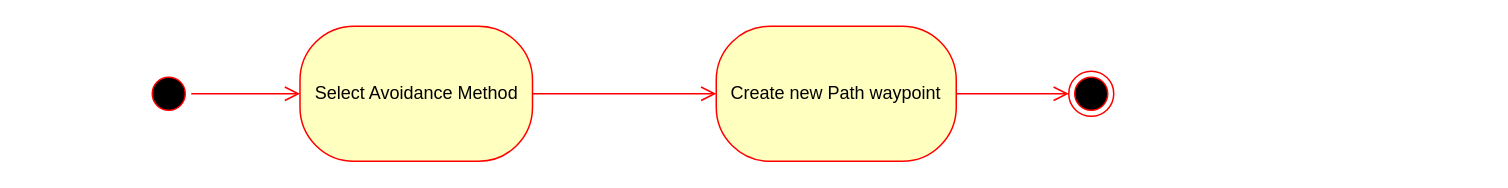
The draw.io diagram SDD/AvoidanceAlgorithmStatechart.drawio in mead-d/Modeling-Unmanned-Aerial-Swarms-Using-Unreal-Game-Engine-and-AirSim-Simulator, before the edit. Source tidied: cells renumbered, new cells numbered last; positions are measured from the earlier drawing's top-left corner, leaving out a move shared by most shapes. Both pictures are drawn from the tidied source at 150%, with x=0, y=0 at pixel (146, 26).
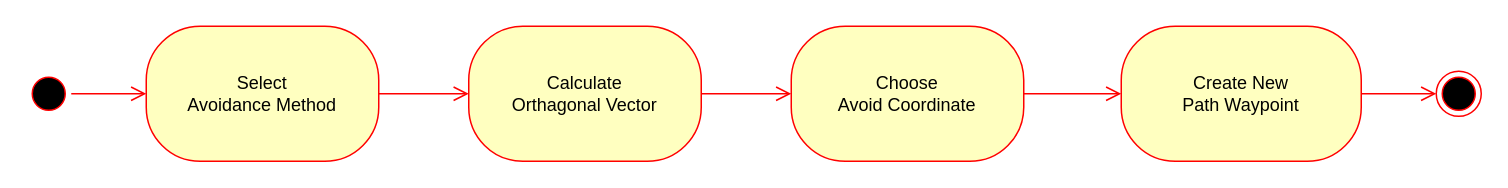
After the change.

Diff of the diagram source:
```diff
@@
 <mxGraphModel>
   <root>
     <mxCell id="0" />
     <mxCell id="1" parent="0" />
     <mxCell id="2" style="ellipse;html=1;shape=startState;fillColor=#000000;strokeColor=#ff0000;" parent="1" vertex="1">
-      <mxGeometry y="30" width="30" height="30" as="geometry" />
+      <mxGeometry x="-80" y="30" width="30" height="30" as="geometry" />
     </mxCell>
-    <mxCell id="3" style="edgeStyle=orthogonalEdgeStyle;html=1;verticalAlign=bottom;endArrow=open;endSize=8;strokeColor=#ff0000;rounded=0;entryX=0;entryY=0.5;entryDx=0;entryDy=0;exitX=1;exitY=0.5;exitDx=0;exitDy=0;" parent="1" edge="1" source="2" target="4">
+    <mxCell id="3" style="edgeStyle=orthogonalEdgeStyle;html=1;verticalAlign=bottom;endArrow=open;endSize=8;strokeColor=#ff0000;rounded=0;exitX=1;exitY=0.5;exitDx=0;exitDy=0;entryX=0;entryY=0.5;entryDx=0;entryDy=0;" parent="1" edge="1" source="2" target="4">
       <mxGeometry relative="1" as="geometry" />
     </mxCell>
-    <mxCell id="4" value="Select Avoidance Method" style="rounded=1;whiteSpace=wrap;html=1;arcSize=40;fontColor=#000000;fillColor=#ffffc0;strokeColor=#ff0000;" parent="1" vertex="1">
-      <mxGeometry x="102.5" width="155" height="90" as="geometry" />
+    <mxCell id="4" value="&lt;div&gt;Select&lt;/div&gt;&lt;div&gt;Avoidance Method&lt;/div&gt;" style="rounded=1;whiteSpace=wrap;html=1;arcSize=40;fontColor=#000000;fillColor=#ffffc0;strokeColor=#ff0000;" parent="1" vertex="1">
+      <mxGeometry width="155" height="90" as="geometry" />
     </mxCell>
-    <mxCell id="5" style="edgeStyle=orthogonalEdgeStyle;html=1;verticalAlign=bottom;endArrow=open;endSize=8;strokeColor=#ff0000;rounded=0;entryX=0;entryY=0.5;entryDx=0;entryDy=0;exitX=1;exitY=0.5;exitDx=0;exitDy=0;" parent="1" edge="1" source="4" target="6">
+    <mxCell id="5" style="edgeStyle=orthogonalEdgeStyle;html=1;verticalAlign=bottom;endArrow=open;endSize=8;strokeColor=#ff0000;rounded=0;exitX=1;exitY=0.5;exitDx=0;exitDy=0;entryX=0;entryY=0.5;entryDx=0;entryDy=0;" parent="1" edge="1" source="4" target="9">
       <mxGeometry relative="1" as="geometry" />
     </mxCell>
-    <mxCell id="6" value="Create new Path waypoint" style="rounded=1;whiteSpace=wrap;html=1;arcSize=40;fontColor=#000000;fillColor=#ffffc0;strokeColor=#ff0000;" parent="1" vertex="1">
-      <mxGeometry x="380" width="160" height="90" as="geometry" />
+    <mxCell id="6" value="&lt;div&gt;Create New&lt;/div&gt;&lt;div&gt;Path Waypoint&lt;/div&gt;" style="rounded=1;whiteSpace=wrap;html=1;arcSize=40;fontColor=#000000;fillColor=#ffffc0;strokeColor=#ff0000;" parent="1" vertex="1">
+      <mxGeometry x="650" width="160" height="90" as="geometry" />
     </mxCell>
     <mxCell id="7" style="edgeStyle=orthogonalEdgeStyle;html=1;verticalAlign=bottom;endArrow=open;endSize=8;strokeColor=#ff0000;rounded=0;entryX=0;entryY=0.5;entryDx=0;entryDy=0;exitX=1;exitY=0.5;exitDx=0;exitDy=0;" parent="1" edge="1" source="6" target="8">
       <mxGeometry relative="1" as="geometry" />
     </mxCell>
     <mxCell id="8" style="ellipse;html=1;shape=endState;fillColor=#000000;strokeColor=#ff0000;" parent="1" vertex="1">
-      <mxGeometry x="615" y="30" width="30" height="30" as="geometry" />
+      <mxGeometry x="860" y="30" width="30" height="30" as="geometry" />
     </mxCell>
+    <mxCell id="9" value="&lt;div&gt;Calculate&lt;/div&gt;&lt;div&gt;Orthagonal Vector&lt;/div&gt;" style="rounded=1;whiteSpace=wrap;html=1;arcSize=40;fontColor=#000000;fillColor=#ffffc0;strokeColor=#ff0000;" parent="1" vertex="1">
+      <mxGeometry x="215" width="155" height="90" as="geometry" />
+    </mxCell>
+    <mxCell id="10" style="edgeStyle=orthogonalEdgeStyle;html=1;verticalAlign=bottom;endArrow=open;endSize=8;strokeColor=#ff0000;rounded=0;exitX=1;exitY=0.5;exitDx=0;exitDy=0;entryX=0;entryY=0.5;entryDx=0;entryDy=0;" parent="1" edge="1" source="9" target="11">
+      <mxGeometry relative="1" as="geometry" />
+    </mxCell>
+    <mxCell id="11" value="&lt;div&gt;Choose&lt;/div&gt;&lt;div&gt;Avoid Coordinate&lt;/div&gt;" style="rounded=1;whiteSpace=wrap;html=1;arcSize=40;fontColor=#000000;fillColor=#ffffc0;strokeColor=#ff0000;" parent="1" vertex="1">
+      <mxGeometry x="430" width="155" height="90" as="geometry" />
+    </mxCell>
+    <mxCell id="12" style="edgeStyle=orthogonalEdgeStyle;html=1;verticalAlign=bottom;endArrow=open;endSize=8;strokeColor=#ff0000;rounded=0;exitX=1;exitY=0.5;exitDx=0;exitDy=0;entryX=0;entryY=0.5;entryDx=0;entryDy=0;" parent="1" edge="1" source="11" target="6">
+      <mxGeometry relative="1" as="geometry" />
+    </mxCell>
   </root>
 </mxGraphModel>
```
